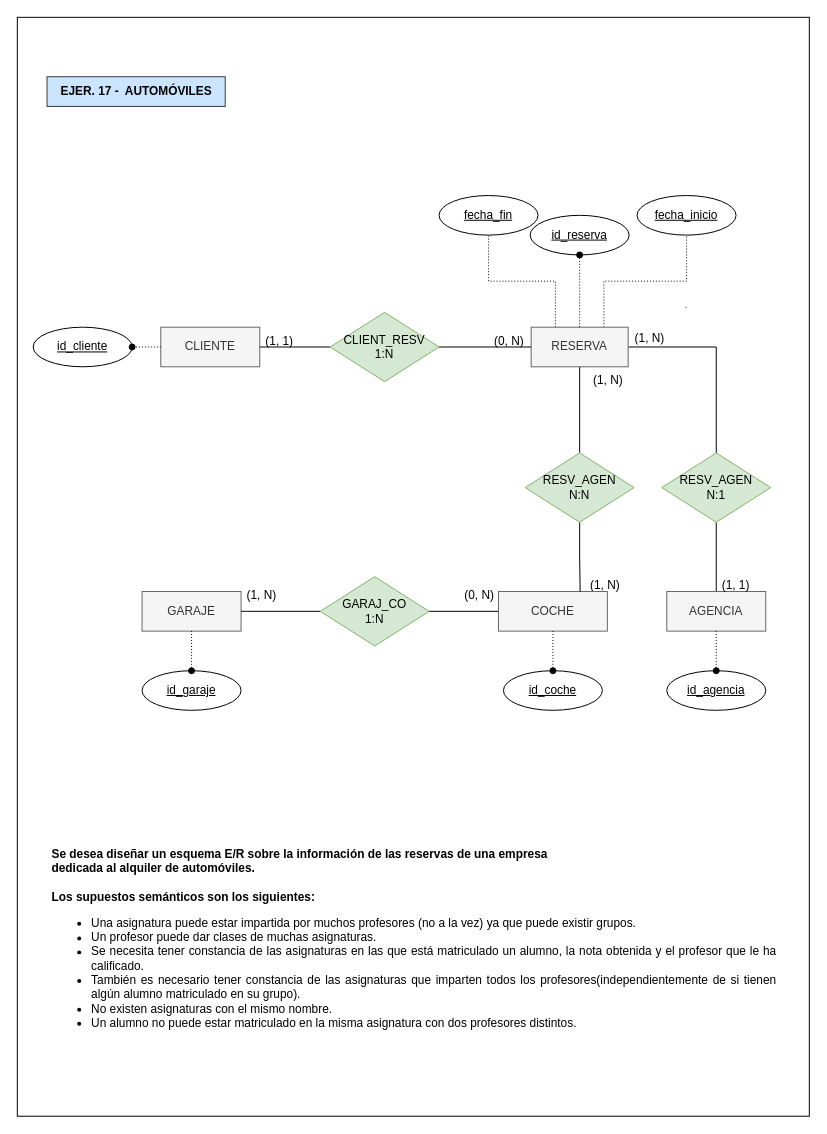
This is Ejer17_Automoviles_code.drawio from mdrp93/BASE-DE-DATOS, a draw.io file, before an edit. Source tidied: cells renumbered, new cells numbered last; positions are measured from the earlier drawing's top-left corner, leaving out a move shared by most shapes. Both pictures are drawn from the tidied source at 99%, with x=0, y=0 at pixel (17, 17).
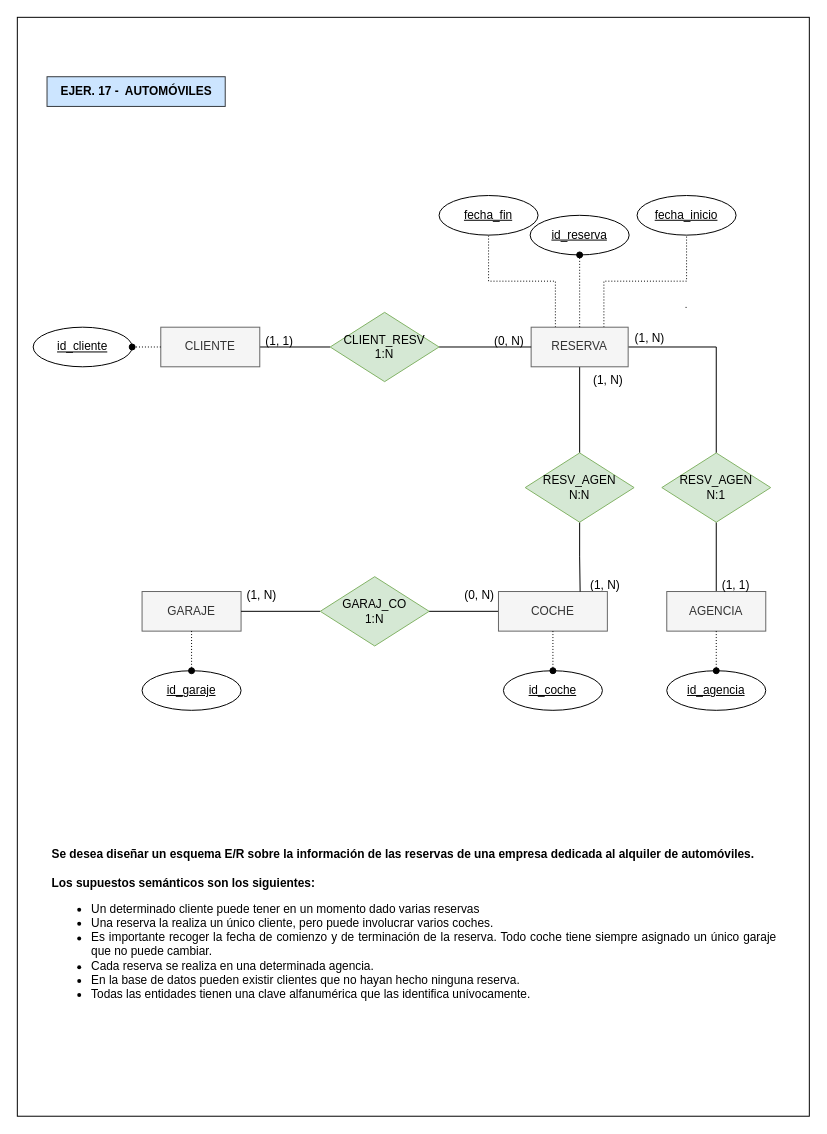
The same page after the edit.

Change to the diagram source:
```diff
@@
-    <mxCell id="32" value="&lt;div style=&quot;&quot;&gt;&lt;div style=&quot;text-align: justify;&quot;&gt;&lt;b&gt;&lt;br&gt;&lt;/b&gt;&lt;/div&gt;&lt;div style=&quot;text-align: justify;&quot;&gt;&lt;b&gt;&lt;br&gt;&lt;/b&gt;&lt;/div&gt;&lt;div style=&quot;text-align: justify;&quot;&gt;&lt;b&gt;Se desea diseñar un esquema E/R sobre la información de las reservas de una empresa&lt;br&gt;dedicada al alquiler de automóviles.&lt;/b&gt;&lt;/div&gt;&lt;div style=&quot;text-align: justify;&quot;&gt;&lt;b&gt;&lt;br&gt;&lt;/b&gt;&lt;/div&gt;&lt;div style=&quot;text-align: justify;&quot;&gt;&lt;b&gt;Los supuestos semánticos son los siguientes:&lt;/b&gt;&lt;br&gt;&lt;/div&gt;&lt;/div&gt;&lt;div style=&quot;&quot;&gt;&lt;ul&gt;&lt;li&gt;&lt;div style=&quot;text-align: justify;&quot;&gt;&lt;span style=&quot;background-color: initial;&quot;&gt;Una asignatura puede estar impartida por muchos profesores (no a la vez) ya que&amp;nbsp;&lt;/span&gt;&lt;span style=&quot;background-color: initial;&quot;&gt;puede existir grupos.&amp;nbsp;&lt;/span&gt;&lt;/div&gt;&lt;/li&gt;&lt;li style=&quot;text-align: justify;&quot;&gt;Un profesor puede dar clases de muchas asignaturas.&amp;nbsp;&lt;/li&gt;&lt;li&gt;&lt;div style=&quot;text-align: justify;&quot;&gt;&lt;span style=&quot;background-color: initial;&quot;&gt;Se necesita tener constancia de las asignaturas en las que está matriculado un&amp;nbsp;&lt;/span&gt;&lt;span style=&quot;background-color: initial;&quot;&gt;alumno, la nota obtenida y el profesor que le ha calificado.&amp;nbsp;&lt;/span&gt;&lt;/div&gt;&lt;/li&gt;&lt;li&gt;&lt;div style=&quot;text-align: justify;&quot;&gt;&lt;span style=&quot;background-color: initial;&quot;&gt;También es necesario tener constancia de las asignaturas que imparten todos los&amp;nbsp;&lt;/span&gt;&lt;span style=&quot;background-color: initial;&quot;&gt;profesores(independientemente de si tienen algún alumno matriculado en su&amp;nbsp;&lt;/span&gt;&lt;span style=&quot;background-color: initial;&quot;&gt;grupo).&amp;nbsp;&lt;/span&gt;&lt;/div&gt;&lt;/li&gt;&lt;li style=&quot;text-align: justify;&quot;&gt;No existen asignaturas con el mismo nombre.&lt;/li&gt;&lt;li&gt;&lt;div style=&quot;text-align: justify;&quot;&gt;&lt;span style=&quot;background-color: initial;&quot;&gt;Un alumno no puede estar matriculado en la misma asignatura con dos profesores&amp;nbsp;&lt;/span&gt;&lt;span style=&quot;background-color: initial;&quot;&gt;distintos.&amp;nbsp;&lt;/span&gt;&lt;/div&gt;&lt;/li&gt;&lt;/ul&gt;&lt;/div&gt;" style="text;html=1;strokeColor=none;fillColor=none;spacing=5;spacingTop=-20;whiteSpace=wrap;overflow=hidden;rounded=0;align=left;" parent="1" vertex="1">
+    <mxCell id="32" value="&lt;div style=&quot;&quot;&gt;&lt;div style=&quot;text-align: justify;&quot;&gt;&lt;b&gt;&lt;br&gt;&lt;/b&gt;&lt;/div&gt;&lt;div style=&quot;text-align: justify;&quot;&gt;&lt;b&gt;&lt;br&gt;&lt;/b&gt;&lt;/div&gt;&lt;div style=&quot;text-align: justify;&quot;&gt;&lt;b&gt;Se desea diseñar un esquema E/R sobre la información de las reservas de una empresa dedicada al alquiler de automóviles.&lt;/b&gt;&lt;/div&gt;&lt;div style=&quot;text-align: justify;&quot;&gt;&lt;b&gt;&lt;br&gt;&lt;/b&gt;&lt;/div&gt;&lt;div style=&quot;text-align: justify;&quot;&gt;&lt;b&gt;Los supuestos semánticos son los siguientes:&lt;/b&gt;&lt;br&gt;&lt;/div&gt;&lt;/div&gt;&lt;div style=&quot;&quot;&gt;&lt;ul&gt;&lt;li&gt;&lt;div style=&quot;text-align: justify;&quot;&gt;Un determinado cliente puede tener en un momento dado varias reservas&amp;nbsp;&lt;/div&gt;&lt;/li&gt;&lt;li&gt;&lt;div style=&quot;text-align: justify;&quot;&gt;Una reserva la realiza un único cliente, pero puede involucrar varios coches.&amp;nbsp;&lt;/div&gt;&lt;/li&gt;&lt;li&gt;&lt;div style=&quot;text-align: justify;&quot;&gt;Es importante recoger la fecha de comienzo y de terminación de la reserva. Todo coche tiene siempre asignado un único garaje que no puede cambiar.&amp;nbsp;&lt;/div&gt;&lt;/li&gt;&lt;li&gt;&lt;div style=&quot;text-align: justify;&quot;&gt;Cada reserva se realiza en una determinada agencia.&amp;nbsp;&lt;/div&gt;&lt;/li&gt;&lt;li&gt;&lt;div style=&quot;text-align: justify;&quot;&gt;En la base de datos pueden existir clientes que no hayan hecho ninguna reserva.&amp;nbsp;&lt;/div&gt;&lt;/li&gt;&lt;li&gt;&lt;div style=&quot;text-align: justify;&quot;&gt;Todas las entidades tienen una clave alfanumérica que las identifica unívocamente.&lt;br&gt;&lt;/div&gt;&lt;/li&gt;&lt;/ul&gt;&lt;/div&gt;" style="text;html=1;strokeColor=none;fillColor=none;spacing=5;spacingTop=-20;whiteSpace=wrap;overflow=hidden;rounded=0;align=left;" parent="1" vertex="1">
       <mxGeometry x="30" y="820" width="740" height="230.9" as="geometry" />
     </mxCell>
```
